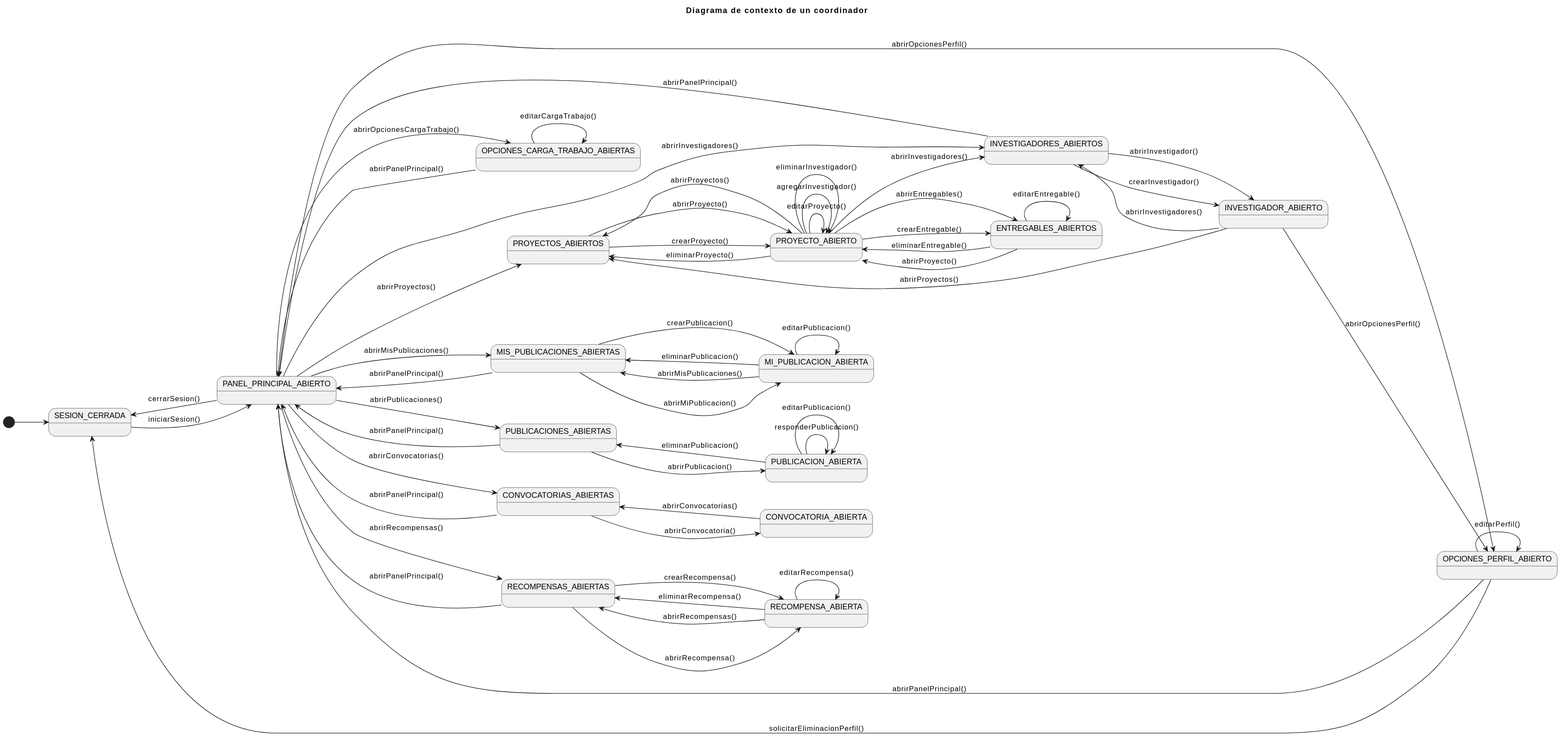
Earlier version of the PlantUML export documentación/CasosDeUso/Imagenes/DiagramaContextoCoordinador.svg (31Diego/25-26-IdSw1-SdR).
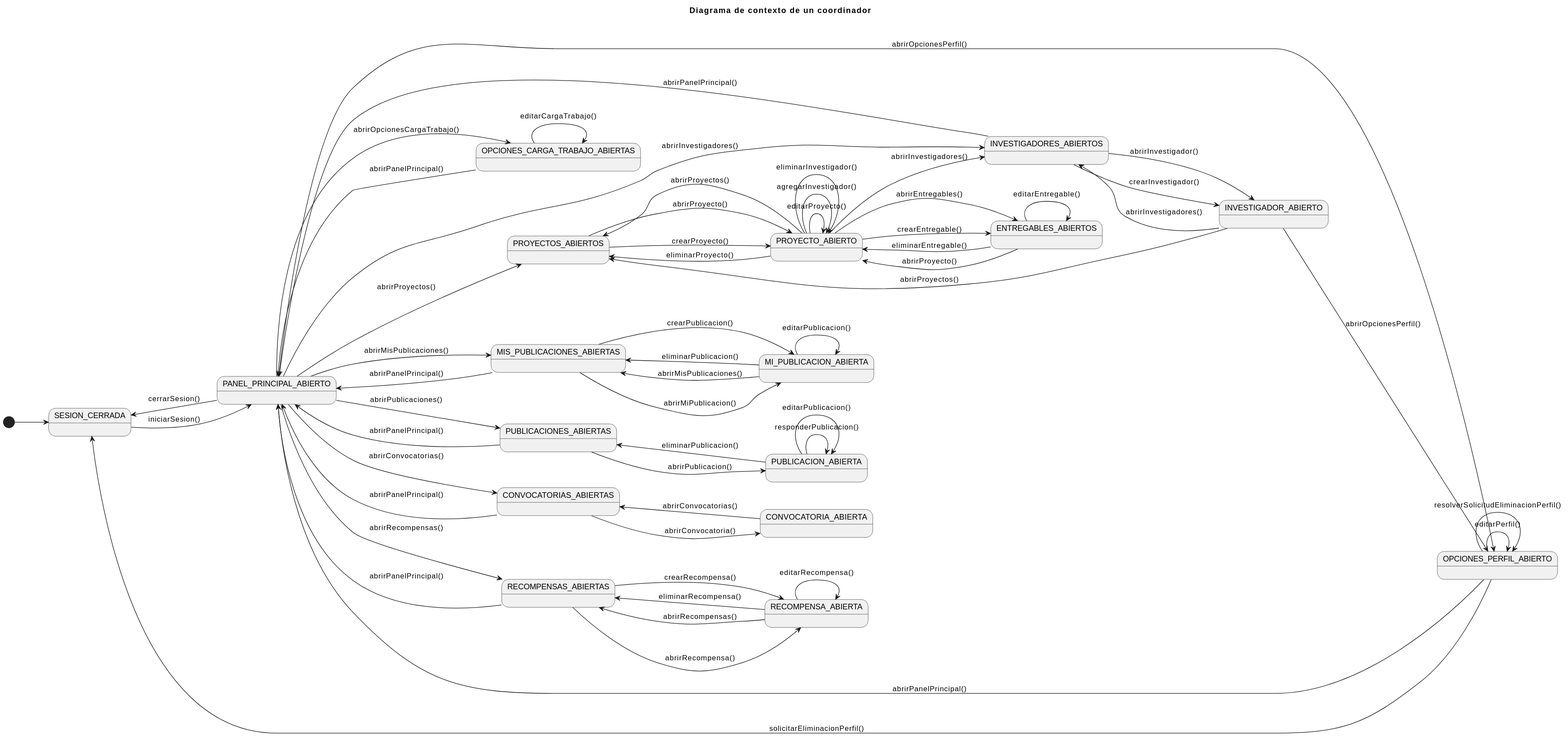
The same file after the commit.

Commit message:
correccion error en diagrama contexto coordinador

The edit, as a diff of the source:
```diff
@@ -30,6 +30,7 @@
 MI_PUBLICACION_ABIERTA --> MIS_PUBLICACIONES_ABIERTAS: abrirMisPublicaciones()
 
 OPCIONES_PERFIL_ABIERTO --> OPCIONES_PERFIL_ABIERTO: editarPerfil()
+OPCIONES_PERFIL_ABIERTO --> OPCIONES_PERFIL_ABIERTO: resolverSolicitudEliminacionPerfil()
 OPCIONES_PERFIL_ABIERTO --> SESION_CERRADA: solicitarEliminacionPerfil()
 OPCIONES_PERFIL_ABIERTO --> PANEL_PRINCIPAL_ABIERTO: abrirPanelPrincipal()
 
```
